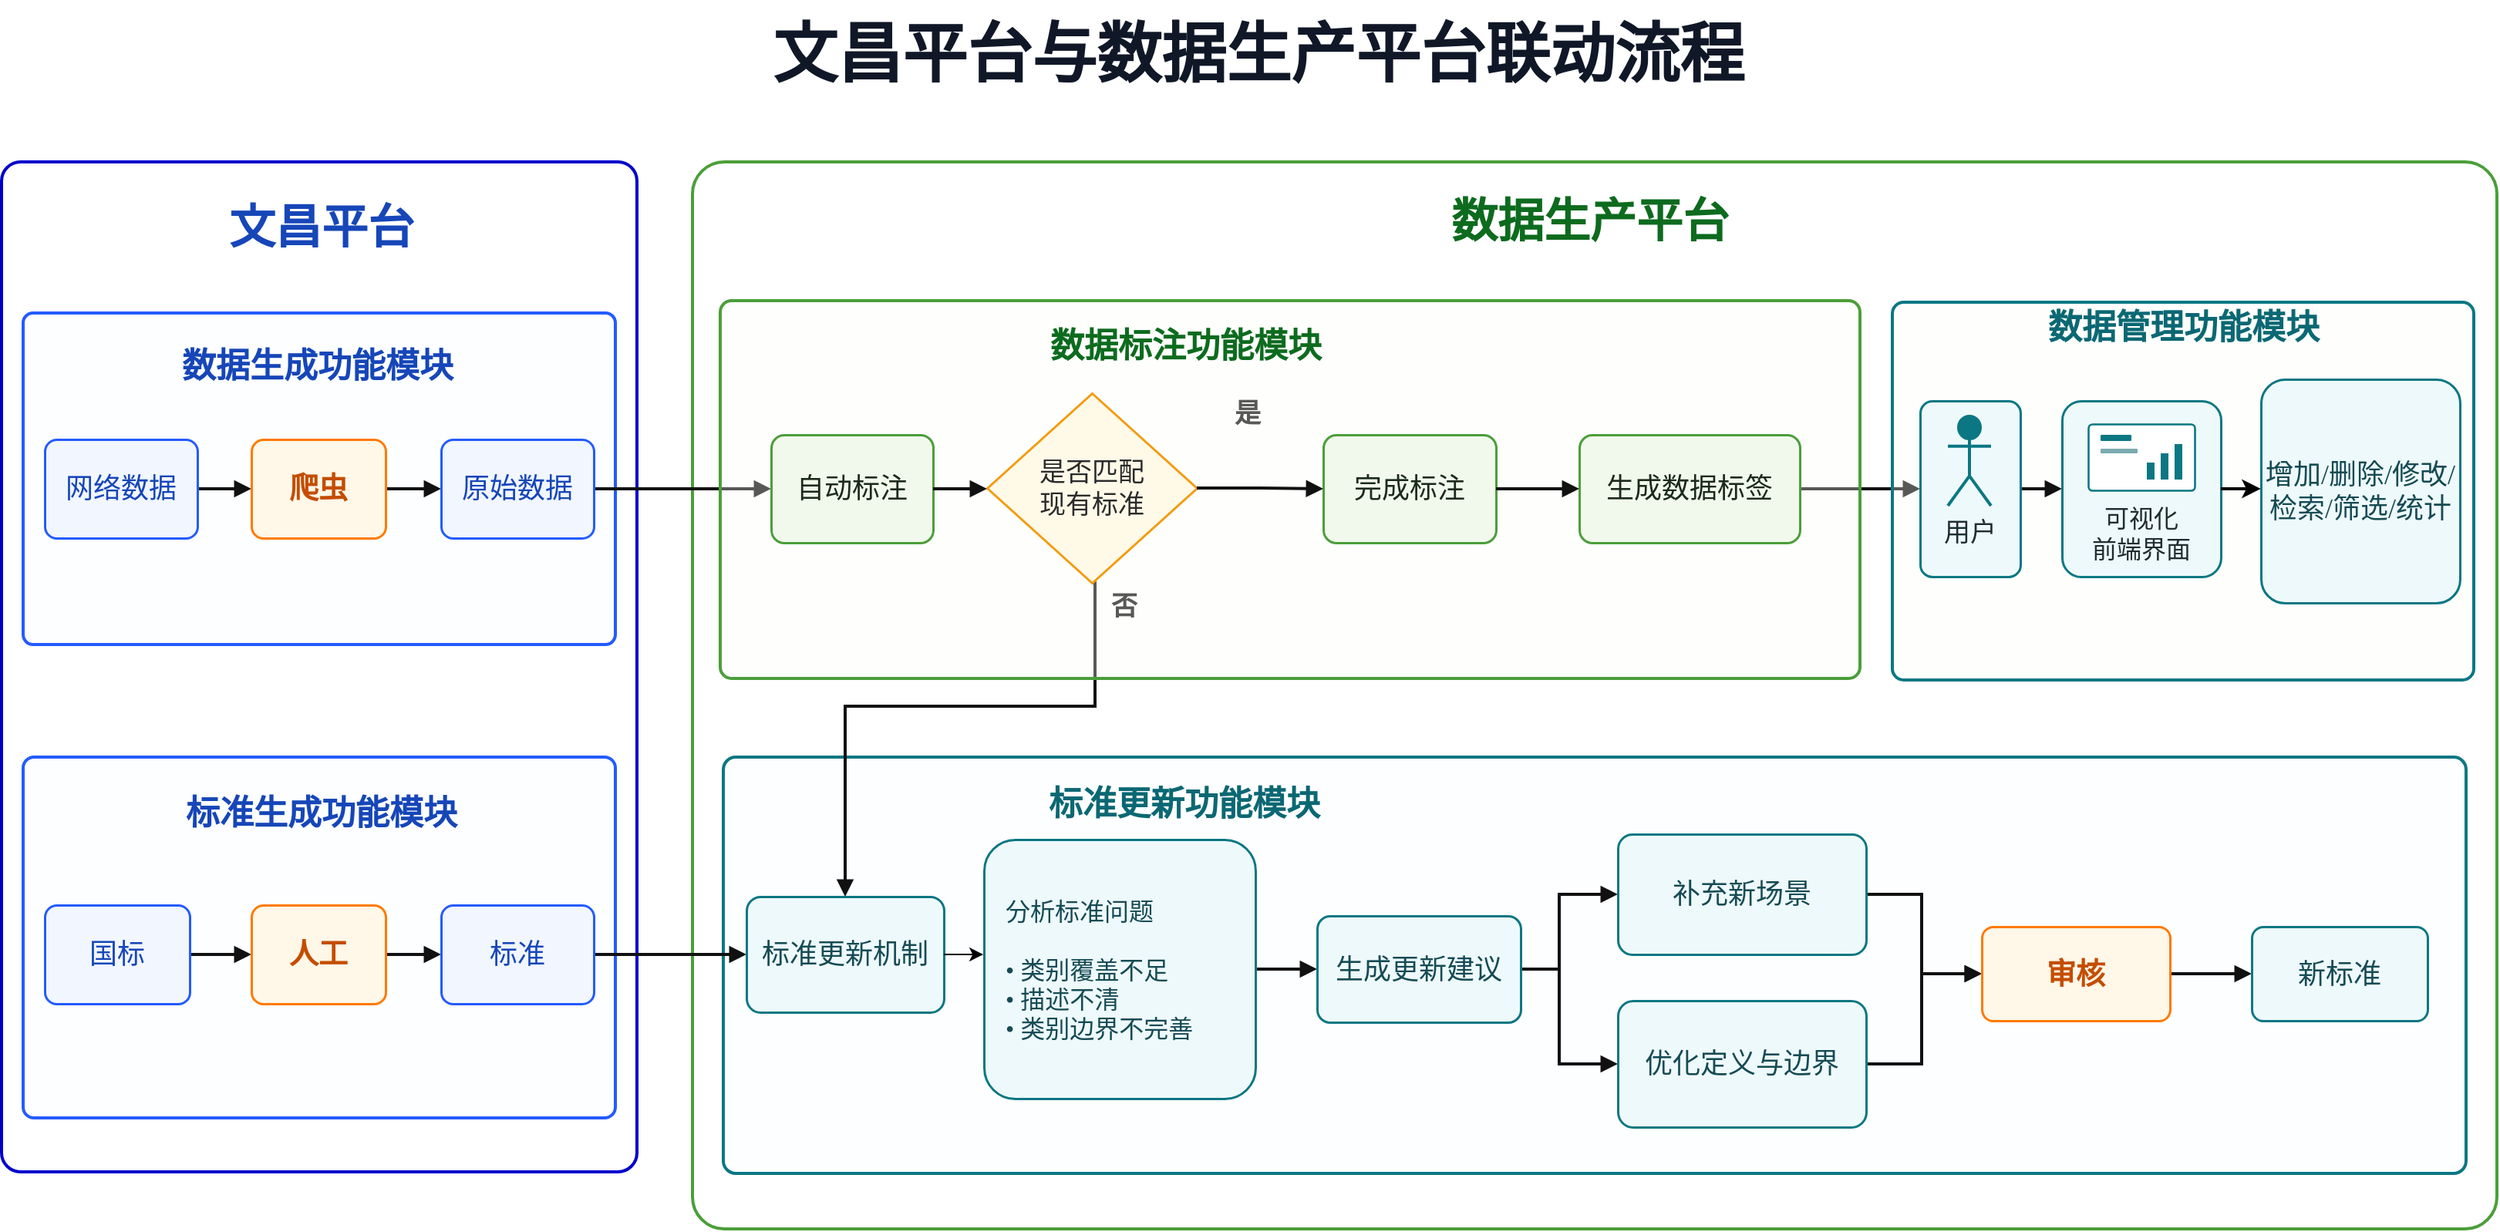
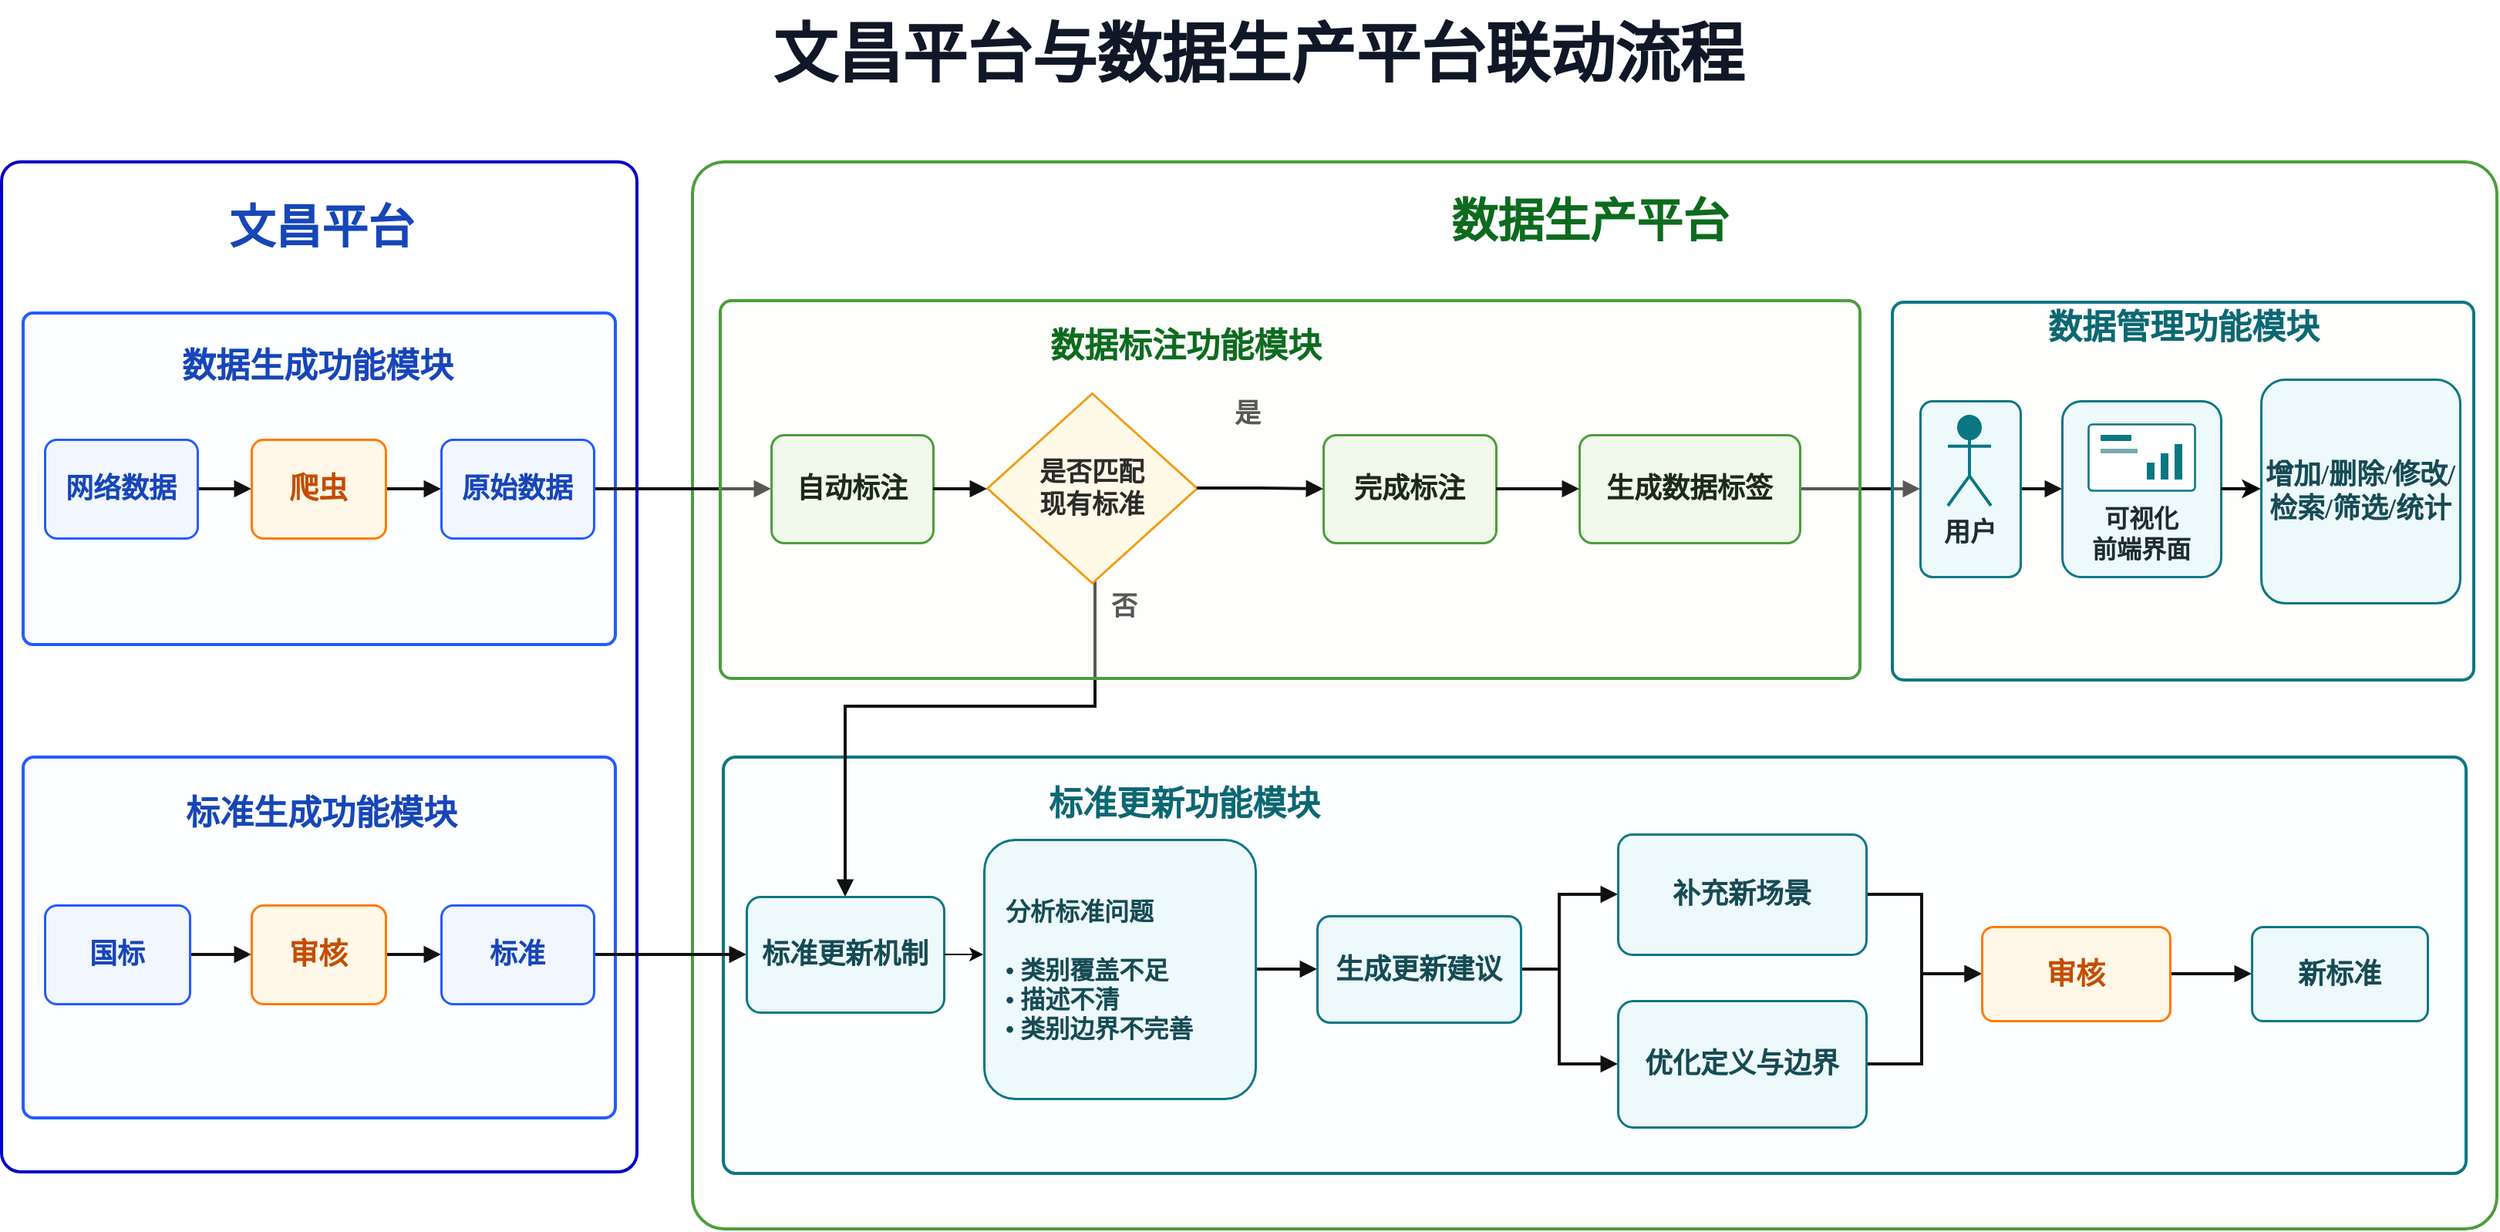
<mxfile host="app.diagrams.net">
  <diagram name="第 1 页" id="4yErZtKO05P3tX7bJs6z">
    <mxGraphModel dx="1703" dy="1018" grid="1" gridSize="1" guides="1" tooltips="1" connect="1" arrows="1" fold="1" page="1" pageScale="1" pageWidth="1656" pageHeight="928" background="#FFFFFF" math="0" shadow="0">
      <root>
        <mxCell id="0" />
        <mxCell id="1" parent="0" />
        <mxCell id="title" parent="1" style="text;html=1;align=center;verticalAlign=middle;whiteSpace=wrap;rounded=0;strokeColor=none;fillColor=none;fontFamily=Comic Sans MS;fontSize=42;fontStyle=1;fontColor=#101828;" value="文昌平台与数据生产平台联动流程" vertex="1">
          <mxGeometry height="72" width="960" x="350" y="12" as="geometry" />
        </mxCell>
-         <mxCell id="left_outer" parent="1" style="rounded=1;arcSize=3;whiteSpace=wrap;html=1;fillColor=none;strokeWidth=2;strokeColor=#0000CC;fillColor=#FFFFFF;fillOpacity=0;fontFamily=Comic Sans MS;" value="" vertex="1">
+         <mxCell id="left_outer" parent="1" style="rounded=1;arcSize=3;whiteSpace=wrap;html=1;fillColor=none;strokeWidth=2;strokeColor=#0000CC;fillColor=#FFFFFF;fillOpacity=0;fontFamily=Comic Sans MS;fontStyle=1" value="" vertex="1">
          <mxGeometry height="655" width="412" x="15" y="117" as="geometry" />
        </mxCell>
        <mxCell id="left_title" parent="1" style="text;html=1;align=center;verticalAlign=middle;whiteSpace=wrap;rounded=0;strokeColor=none;fillColor=none;fontFamily=Comic Sans MS;fontSize=30;fontStyle=1;fontColor=#1646B8;" value="文昌平台" vertex="1">
          <mxGeometry height="48" width="235" x="105" y="135" as="geometry" />
        </mxCell>
-         <mxCell id="right_outer" parent="1" style="rounded=1;arcSize=3;whiteSpace=wrap;html=1;fillColor=none;strokeWidth=2;strokeColor=#4B9E3A;fillColor=#FFFFFF;fillOpacity=0;fontFamily=Comic Sans MS;" value="" vertex="1">
+         <mxCell id="right_outer" parent="1" style="rounded=1;arcSize=3;whiteSpace=wrap;html=1;fillColor=none;strokeWidth=2;strokeColor=#4B9E3A;fillColor=#FFFFFF;fillOpacity=0;fontFamily=Comic Sans MS;fontStyle=1" value="" vertex="1">
          <mxGeometry height="692" width="1170" x="463" y="117" as="geometry" />
        </mxCell>
        <mxCell id="right_title" parent="1" style="text;html=1;align=center;verticalAlign=middle;whiteSpace=wrap;rounded=0;strokeColor=none;fillColor=none;fontFamily=Comic Sans MS;fontSize=30;fontStyle=1;fontColor=#0D6B1E;" value="数据生产平台" vertex="1">
          <mxGeometry height="50" width="540" x="775" y="130" as="geometry" />
        </mxCell>
-         <mxCell id="data_gen_box" parent="1" style="rounded=1;arcSize=3;whiteSpace=wrap;html=1;fillColor=none;strokeWidth=2;strokeColor=#245BFF;fillColor=#F7FAFF;fillOpacity=30;fontFamily=Comic Sans MS;" value="" vertex="1">
+         <mxCell id="data_gen_box" parent="1" style="rounded=1;arcSize=3;whiteSpace=wrap;html=1;fillColor=none;strokeWidth=2;strokeColor=#245BFF;fillColor=#F7FAFF;fillOpacity=30;fontFamily=Comic Sans MS;fontStyle=1" value="" vertex="1">
          <mxGeometry height="215" width="384" x="29" y="215" as="geometry" />
        </mxCell>
        <mxCell id="data_gen_title" parent="1" style="text;html=1;align=center;verticalAlign=middle;whiteSpace=wrap;rounded=0;strokeColor=none;fillColor=none;fontFamily=Comic Sans MS;fontSize=22;fontStyle=1;fontColor=#1646B8;" value="数据生成功能模块" vertex="1">
          <mxGeometry height="43" width="260" x="90" y="228" as="geometry" />
        </mxCell>
-         <mxCell id="std_gen_box" parent="1" style="rounded=1;arcSize=3;whiteSpace=wrap;html=1;fillColor=none;strokeWidth=2;strokeColor=#245BFF;fillColor=#F7FAFF;fillOpacity=30;fontFamily=Comic Sans MS;" value="" vertex="1">
+         <mxCell id="std_gen_box" parent="1" style="rounded=1;arcSize=3;whiteSpace=wrap;html=1;fillColor=none;strokeWidth=2;strokeColor=#245BFF;fillColor=#F7FAFF;fillOpacity=30;fontFamily=Comic Sans MS;fontStyle=1" value="" vertex="1">
          <mxGeometry height="234" width="384" x="29" y="503" as="geometry" />
        </mxCell>
        <mxCell id="std_gen_title" parent="1" style="text;html=1;align=center;verticalAlign=middle;whiteSpace=wrap;rounded=0;strokeColor=none;fillColor=none;fontFamily=Comic Sans MS;fontSize=22;fontStyle=1;fontColor=#1646B8;" value="标准生成功能模块" vertex="1">
          <mxGeometry height="43" width="285" x="80" y="518" as="geometry" />
        </mxCell>
-         <mxCell id="update_box" parent="1" style="rounded=1;arcSize=3;whiteSpace=wrap;html=1;fillColor=none;strokeWidth=2;strokeColor=#0B7783;fillColor=#F7FCFD;fillOpacity=30;fontFamily=Comic Sans MS;" value="" vertex="1">
+         <mxCell id="update_box" parent="1" style="rounded=1;arcSize=3;whiteSpace=wrap;html=1;fillColor=none;strokeWidth=2;strokeColor=#0B7783;fillColor=#F7FCFD;fillOpacity=30;fontFamily=Comic Sans MS;fontStyle=1" value="" vertex="1">
          <mxGeometry height="270" width="1130" x="483" y="503" as="geometry" />
        </mxCell>
        <mxCell id="update_title" parent="1" style="text;html=1;align=center;verticalAlign=middle;whiteSpace=wrap;rounded=0;strokeColor=none;fillColor=none;fontFamily=Comic Sans MS;fontSize=22;fontStyle=1;fontColor=#0B6873;" value="标准更新功能模块" vertex="1">
          <mxGeometry height="42" width="380" x="592" y="513" as="geometry" />
        </mxCell>
-         <mxCell id="e_network_crawler" edge="1" parent="1" source="network_data" style="edgeStyle=orthogonalEdgeStyle;rounded=0;orthogonalLoop=1;jettySize=auto;html=1;endArrow=block;endFill=1;strokeColor=#111111;strokeWidth=2;exitX=1;exitY=0.5;entryX=0;entryY=0.5;fontFamily=Comic Sans MS;" target="crawler" value="">
-           <mxGeometry relative="1" as="geometry" />
-         </mxCell>
-         <mxCell id="e_crawler_raw" edge="1" parent="1" source="crawler" style="edgeStyle=orthogonalEdgeStyle;rounded=0;orthogonalLoop=1;jettySize=auto;html=1;endArrow=block;endFill=1;strokeColor=#111111;strokeWidth=2;exitX=1;exitY=0.5;entryX=0;entryY=0.5;fontFamily=Comic Sans MS;" target="raw_data" value="">
-           <mxGeometry relative="1" as="geometry" />
-         </mxCell>
-         <mxCell id="e_national_manual" edge="1" parent="1" source="national_std" style="edgeStyle=orthogonalEdgeStyle;rounded=0;orthogonalLoop=1;jettySize=auto;html=1;endArrow=block;endFill=1;strokeColor=#111111;strokeWidth=2;exitX=1;exitY=0.5;entryX=0;entryY=0.5;fontFamily=Comic Sans MS;" target="manual" value="">
-           <mxGeometry relative="1" as="geometry" />
-         </mxCell>
-         <mxCell id="e_manual_rawstd" edge="1" parent="1" source="manual" style="edgeStyle=orthogonalEdgeStyle;rounded=0;orthogonalLoop=1;jettySize=auto;html=1;endArrow=block;endFill=1;strokeColor=#111111;strokeWidth=2;exitX=1;exitY=0.5;entryX=0;entryY=0.5;fontFamily=Comic Sans MS;" target="raw_std" value="">
-           <mxGeometry relative="1" as="geometry" />
-         </mxCell>
-         <mxCell id="e_raw_auto" edge="1" parent="1" source="raw_data" style="edgeStyle=orthogonalEdgeStyle;rounded=0;orthogonalLoop=1;jettySize=auto;html=1;endArrow=block;endFill=1;strokeColor=#111111;strokeWidth=2;exitX=1;exitY=0.5;entryX=0;entryY=0.5;fontFamily=Comic Sans MS;" target="auto_label" value="">
-           <mxGeometry relative="1" as="geometry" />
-         </mxCell>
-         <mxCell id="e_rawstd_mech" edge="1" parent="1" source="raw_std" style="edgeStyle=orthogonalEdgeStyle;rounded=0;orthogonalLoop=1;jettySize=auto;html=1;endArrow=block;endFill=1;strokeColor=#111111;strokeWidth=2;exitX=1;exitY=0.5;entryX=0;entryY=0.5;fontFamily=Comic Sans MS;" target="update_mechanism" value="">
-           <mxGeometry relative="1" as="geometry" />
-         </mxCell>
-         <mxCell id="e_generate_user" edge="1" parent="1" source="generate_tag" style="edgeStyle=orthogonalEdgeStyle;rounded=0;orthogonalLoop=1;jettySize=auto;html=1;endArrow=block;endFill=1;strokeColor=#111111;strokeWidth=2;exitX=1;exitY=0.5;entryX=0;entryY=0.5;fontFamily=Comic Sans MS;" target="user_box" value="">
-           <mxGeometry relative="1" as="geometry" />
-         </mxCell>
-         <mxCell id="e_decision_update" edge="1" parent="1" source="decision" style="edgeStyle=orthogonalEdgeStyle;rounded=0;orthogonalLoop=1;jettySize=auto;html=1;endArrow=block;endFill=1;strokeColor=#111111;strokeWidth=2;exitX=0.5;exitY=1;entryX=0.5;entryY=0;fontFamily=Comic Sans MS;" target="update_mechanism" value="">
+         <mxCell id="e_network_crawler" edge="1" parent="1" source="network_data" style="edgeStyle=orthogonalEdgeStyle;rounded=0;orthogonalLoop=1;jettySize=auto;html=1;endArrow=block;endFill=1;strokeColor=#111111;strokeWidth=2;exitX=1;exitY=0.5;entryX=0;entryY=0.5;fontFamily=Comic Sans MS;fontStyle=1" target="crawler" value="">
+           <mxGeometry relative="1" as="geometry" />
+         </mxCell>
+         <mxCell id="e_crawler_raw" edge="1" parent="1" source="crawler" style="edgeStyle=orthogonalEdgeStyle;rounded=0;orthogonalLoop=1;jettySize=auto;html=1;endArrow=block;endFill=1;strokeColor=#111111;strokeWidth=2;exitX=1;exitY=0.5;entryX=0;entryY=0.5;fontFamily=Comic Sans MS;fontStyle=1" target="raw_data" value="">
+           <mxGeometry relative="1" as="geometry" />
+         </mxCell>
+         <mxCell id="e_national_manual" edge="1" parent="1" source="national_std" style="edgeStyle=orthogonalEdgeStyle;rounded=0;orthogonalLoop=1;jettySize=auto;html=1;endArrow=block;endFill=1;strokeColor=#111111;strokeWidth=2;exitX=1;exitY=0.5;entryX=0;entryY=0.5;fontFamily=Comic Sans MS;fontStyle=1" target="manual" value="">
+           <mxGeometry relative="1" as="geometry" />
+         </mxCell>
+         <mxCell id="e_manual_rawstd" edge="1" parent="1" source="manual" style="edgeStyle=orthogonalEdgeStyle;rounded=0;orthogonalLoop=1;jettySize=auto;html=1;endArrow=block;endFill=1;strokeColor=#111111;strokeWidth=2;exitX=1;exitY=0.5;entryX=0;entryY=0.5;fontFamily=Comic Sans MS;fontStyle=1" target="raw_std" value="">
+           <mxGeometry relative="1" as="geometry" />
+         </mxCell>
+         <mxCell id="e_raw_auto" edge="1" parent="1" source="raw_data" style="edgeStyle=orthogonalEdgeStyle;rounded=0;orthogonalLoop=1;jettySize=auto;html=1;endArrow=block;endFill=1;strokeColor=#111111;strokeWidth=2;exitX=1;exitY=0.5;entryX=0;entryY=0.5;fontFamily=Comic Sans MS;fontStyle=1" target="auto_label" value="">
+           <mxGeometry relative="1" as="geometry" />
+         </mxCell>
+         <mxCell id="e_rawstd_mech" edge="1" parent="1" source="raw_std" style="edgeStyle=orthogonalEdgeStyle;rounded=0;orthogonalLoop=1;jettySize=auto;html=1;endArrow=block;endFill=1;strokeColor=#111111;strokeWidth=2;exitX=1;exitY=0.5;entryX=0;entryY=0.5;fontFamily=Comic Sans MS;fontStyle=1" target="update_mechanism" value="">
+           <mxGeometry relative="1" as="geometry" />
+         </mxCell>
+         <mxCell id="e_generate_user" edge="1" parent="1" source="generate_tag" style="edgeStyle=orthogonalEdgeStyle;rounded=0;orthogonalLoop=1;jettySize=auto;html=1;endArrow=block;endFill=1;strokeColor=#111111;strokeWidth=2;exitX=1;exitY=0.5;entryX=0;entryY=0.5;fontFamily=Comic Sans MS;fontStyle=1" target="user_box" value="">
+           <mxGeometry relative="1" as="geometry" />
+         </mxCell>
+         <mxCell id="e_decision_update" edge="1" parent="1" source="decision" style="edgeStyle=orthogonalEdgeStyle;rounded=0;orthogonalLoop=1;jettySize=auto;html=1;endArrow=block;endFill=1;strokeColor=#111111;strokeWidth=2;exitX=0.5;exitY=1;entryX=0.5;entryY=0;fontFamily=Comic Sans MS;fontStyle=1" target="update_mechanism" value="">
          <mxGeometry relative="1" as="geometry">
            <Array as="points">
              <mxPoint x="724" y="470" />
              <mxPoint x="562" y="470" />
            </Array>
          </mxGeometry>
        </mxCell>
-         <mxCell id="e_analysis_suggest" edge="1" parent="1" source="analysis_problem" style="edgeStyle=orthogonalEdgeStyle;rounded=0;orthogonalLoop=1;jettySize=auto;html=1;endArrow=block;endFill=1;strokeColor=#111111;strokeWidth=2;exitX=1;exitY=0.5;entryX=0;entryY=0.5;fontFamily=Comic Sans MS;" target="update_suggestion" value="">
-           <mxGeometry relative="1" as="geometry" />
-         </mxCell>
-         <mxCell id="e_suggest_expand" edge="1" parent="1" source="update_suggestion" style="edgeStyle=orthogonalEdgeStyle;rounded=0;orthogonalLoop=1;jettySize=auto;html=1;endArrow=block;endFill=1;strokeColor=#111111;strokeWidth=2;exitX=1;exitY=0.5;entryX=0;entryY=0.5;fontFamily=Comic Sans MS;" target="expand_category" value="">
+         <mxCell id="e_analysis_suggest" edge="1" parent="1" source="analysis_problem" style="edgeStyle=orthogonalEdgeStyle;rounded=0;orthogonalLoop=1;jettySize=auto;html=1;endArrow=block;endFill=1;strokeColor=#111111;strokeWidth=2;exitX=1;exitY=0.5;entryX=0;entryY=0.5;fontFamily=Comic Sans MS;fontStyle=1" target="update_suggestion" value="">
+           <mxGeometry relative="1" as="geometry" />
+         </mxCell>
+         <mxCell id="e_suggest_expand" edge="1" parent="1" source="update_suggestion" style="edgeStyle=orthogonalEdgeStyle;rounded=0;orthogonalLoop=1;jettySize=auto;html=1;endArrow=block;endFill=1;strokeColor=#111111;strokeWidth=2;exitX=1;exitY=0.5;entryX=0;entryY=0.5;fontFamily=Comic Sans MS;fontStyle=1" target="expand_category" value="">
          <mxGeometry relative="1" as="geometry">
            <Array as="points">
              <mxPoint x="1025" y="640" />
              <mxPoint x="1025" y="592" />
            </Array>
          </mxGeometry>
        </mxCell>
-         <mxCell id="e_suggest_modify" edge="1" parent="1" source="update_suggestion" style="edgeStyle=orthogonalEdgeStyle;rounded=0;orthogonalLoop=1;jettySize=auto;html=1;endArrow=block;endFill=1;strokeColor=#111111;strokeWidth=2;exitX=1;exitY=0.5;entryX=0;entryY=0.5;fontFamily=Comic Sans MS;" target="modify_desc" value="">
+         <mxCell id="e_suggest_modify" edge="1" parent="1" source="update_suggestion" style="edgeStyle=orthogonalEdgeStyle;rounded=0;orthogonalLoop=1;jettySize=auto;html=1;endArrow=block;endFill=1;strokeColor=#111111;strokeWidth=2;exitX=1;exitY=0.5;entryX=0;entryY=0.5;fontFamily=Comic Sans MS;fontStyle=1" target="modify_desc" value="">
          <mxGeometry relative="1" as="geometry">
            <Array as="points">
              <mxPoint x="1025" y="640" />
              <mxPoint x="1025" y="702" />
            </Array>
          </mxGeometry>
        </mxCell>
-         <mxCell id="e_expand_review" edge="1" parent="1" source="expand_category" style="edgeStyle=orthogonalEdgeStyle;rounded=0;orthogonalLoop=1;jettySize=auto;html=1;endArrow=block;endFill=1;strokeColor=#111111;strokeWidth=2;exitX=1;exitY=0.5;entryX=0;entryY=0.5;fontFamily=Comic Sans MS;" target="manual_review" value="">
+         <mxCell id="e_expand_review" edge="1" parent="1" source="expand_category" style="edgeStyle=orthogonalEdgeStyle;rounded=0;orthogonalLoop=1;jettySize=auto;html=1;endArrow=block;endFill=1;strokeColor=#111111;strokeWidth=2;exitX=1;exitY=0.5;entryX=0;entryY=0.5;fontFamily=Comic Sans MS;fontStyle=1" target="manual_review" value="">
          <mxGeometry relative="1" as="geometry">
            <Array as="points">
              <mxPoint x="1260" y="592" />
              <mxPoint x="1260" y="644" />
            </Array>
          </mxGeometry>
        </mxCell>
-         <mxCell id="e_modify_review" edge="1" parent="1" source="modify_desc" style="edgeStyle=orthogonalEdgeStyle;rounded=0;orthogonalLoop=1;jettySize=auto;html=1;endArrow=block;endFill=1;strokeColor=#111111;strokeWidth=2;exitX=1;exitY=0.5;entryX=0;entryY=0.5;fontFamily=Comic Sans MS;" target="manual_review" value="">
+         <mxCell id="e_modify_review" edge="1" parent="1" source="modify_desc" style="edgeStyle=orthogonalEdgeStyle;rounded=0;orthogonalLoop=1;jettySize=auto;html=1;endArrow=block;endFill=1;strokeColor=#111111;strokeWidth=2;exitX=1;exitY=0.5;entryX=0;entryY=0.5;fontFamily=Comic Sans MS;fontStyle=1" target="manual_review" value="">
          <mxGeometry relative="1" as="geometry">
            <Array as="points">
              <mxPoint x="1260" y="702" />
              <mxPoint x="1260" y="644" />
            </Array>
          </mxGeometry>
        </mxCell>
-         <mxCell id="e_review_approved" edge="1" parent="1" source="manual_review" style="edgeStyle=orthogonalEdgeStyle;rounded=0;orthogonalLoop=1;jettySize=auto;html=1;endArrow=block;endFill=1;strokeColor=#111111;strokeWidth=2;exitX=1;exitY=0.5;entryX=0;entryY=0.5;fontFamily=Comic Sans MS;" target="approved" value="">
-           <mxGeometry relative="1" as="geometry" />
-         </mxCell>
-         <mxCell id="network_data" parent="1" style="rounded=1;arcSize=12;whiteSpace=wrap;html=1;align=center;verticalAlign=middle;strokeWidth=1.5;shadow=0;fontFamily=Comic Sans MS;fontSize=18;fontColor=#1646B8;strokeColor=#245BFF;fillColor=#F1F6FF;" value="网络数据" vertex="1">
+         <mxCell id="e_review_approved" edge="1" parent="1" source="manual_review" style="edgeStyle=orthogonalEdgeStyle;rounded=0;orthogonalLoop=1;jettySize=auto;html=1;endArrow=block;endFill=1;strokeColor=#111111;strokeWidth=2;exitX=1;exitY=0.5;entryX=0;entryY=0.5;fontFamily=Comic Sans MS;fontStyle=1" target="approved" value="">
+           <mxGeometry relative="1" as="geometry" />
+         </mxCell>
+         <mxCell id="network_data" parent="1" style="rounded=1;arcSize=12;whiteSpace=wrap;html=1;align=center;verticalAlign=middle;strokeWidth=1.5;shadow=0;fontFamily=Comic Sans MS;fontSize=18;fontColor=#1646B8;strokeColor=#245BFF;fillColor=#F1F6FF;fontStyle=1" value="网络数据" vertex="1">
          <mxGeometry height="64" width="99" x="43" y="297" as="geometry" />
        </mxCell>
        <mxCell id="crawler" parent="1" style="rounded=1;arcSize=12;whiteSpace=wrap;html=1;align=center;verticalAlign=middle;strokeWidth=1.5;shadow=0;fontFamily=Comic Sans MS;fontSize=19;fontColor=#C44D00;strokeColor=#FF7A00;fillColor=#FFF7E8;fontStyle=1;" value="爬虫" vertex="1">
          <mxGeometry height="64" width="87" x="177" y="297" as="geometry" />
        </mxCell>
-         <mxCell id="raw_data" parent="1" style="rounded=1;arcSize=12;whiteSpace=wrap;html=1;align=center;verticalAlign=middle;strokeWidth=1.5;shadow=0;fontFamily=Comic Sans MS;fontSize=18;fontColor=#1646B8;strokeColor=#245BFF;fillColor=#F1F6FF;" value="原始数据" vertex="1">
+         <mxCell id="raw_data" parent="1" style="rounded=1;arcSize=12;whiteSpace=wrap;html=1;align=center;verticalAlign=middle;strokeWidth=1.5;shadow=0;fontFamily=Comic Sans MS;fontSize=18;fontColor=#1646B8;strokeColor=#245BFF;fillColor=#F1F6FF;fontStyle=1" value="原始数据" vertex="1">
          <mxGeometry height="64" width="99" x="300" y="297" as="geometry" />
        </mxCell>
-         <mxCell id="national_std" parent="1" style="rounded=1;arcSize=12;whiteSpace=wrap;html=1;align=center;verticalAlign=middle;strokeWidth=1.5;shadow=0;fontFamily=Comic Sans MS;fontSize=18;fontColor=#1646B8;strokeColor=#245BFF;fillColor=#F1F6FF;" value="国标" vertex="1">
+         <mxCell id="national_std" parent="1" style="rounded=1;arcSize=12;whiteSpace=wrap;html=1;align=center;verticalAlign=middle;strokeWidth=1.5;shadow=0;fontFamily=Comic Sans MS;fontSize=18;fontColor=#1646B8;strokeColor=#245BFF;fillColor=#F1F6FF;fontStyle=1" value="国标" vertex="1">
          <mxGeometry height="64" width="94" x="43" y="599" as="geometry" />
        </mxCell>
-         <mxCell id="manual" parent="1" style="rounded=1;arcSize=12;whiteSpace=wrap;html=1;align=center;verticalAlign=middle;strokeWidth=1.5;shadow=0;fontFamily=Comic Sans MS;fontSize=19;fontColor=#C44D00;strokeColor=#FF7A00;fillColor=#FFF7E8;fontStyle=1;" value="人工" vertex="1">
+         <mxCell id="manual" parent="1" style="rounded=1;arcSize=12;whiteSpace=wrap;html=1;align=center;verticalAlign=middle;strokeWidth=1.5;shadow=0;fontFamily=Comic Sans MS;fontSize=19;fontColor=#C44D00;strokeColor=#FF7A00;fillColor=#FFF7E8;fontStyle=1;" value="审核" vertex="1">
          <mxGeometry height="64" width="87" x="177" y="599" as="geometry" />
        </mxCell>
-         <mxCell id="raw_std" parent="1" style="rounded=1;arcSize=12;whiteSpace=wrap;html=1;align=center;verticalAlign=middle;strokeWidth=1.5;shadow=0;fontFamily=Comic Sans MS;fontSize=18;fontColor=#1646B8;strokeColor=#245BFF;fillColor=#F1F6FF;" value="标准" vertex="1">
+         <mxCell id="raw_std" parent="1" style="rounded=1;arcSize=12;whiteSpace=wrap;html=1;align=center;verticalAlign=middle;strokeWidth=1.5;shadow=0;fontFamily=Comic Sans MS;fontSize=18;fontColor=#1646B8;strokeColor=#245BFF;fillColor=#F1F6FF;fontStyle=1" value="标准" vertex="1">
          <mxGeometry height="64" width="99" x="300" y="599" as="geometry" />
        </mxCell>
-         <mxCell id="update_mechanism" parent="1" style="rounded=1;arcSize=12;whiteSpace=wrap;html=1;align=center;verticalAlign=middle;strokeWidth=1.5;shadow=0;fontFamily=Comic Sans MS;fontSize=18;fontColor=#164B54;strokeColor=#0B7783;fillColor=#EEF9FB;" value="标准更新机制" vertex="1">
+         <mxCell id="update_mechanism" parent="1" style="rounded=1;arcSize=12;whiteSpace=wrap;html=1;align=center;verticalAlign=middle;strokeWidth=1.5;shadow=0;fontFamily=Comic Sans MS;fontSize=18;fontColor=#164B54;strokeColor=#0B7783;fillColor=#EEF9FB;fontStyle=1" value="标准更新机制" vertex="1">
          <mxGeometry height="75" width="128" x="498" y="593.5" as="geometry" />
        </mxCell>
-         <mxCell id="analysis_problem" parent="1" style="rounded=1;arcSize=12;whiteSpace=wrap;html=1;align=center;verticalAlign=middle;strokeWidth=1.5;shadow=0;fontFamily=Comic Sans MS;fontSize=16;fontColor=#164B54;strokeColor=#0B7783;fillColor=#EEF9FB;align=left;spacingLeft=12;" value="分析标准问题&lt;div&gt;&lt;br&gt;&lt;div&gt;• 类别覆盖不足&lt;/div&gt;&lt;div&gt;• 描述不清&lt;/div&gt;&lt;div&gt;• 类别边界不完善&lt;/div&gt;&lt;/div&gt;" vertex="1">
+         <mxCell id="analysis_problem" parent="1" style="rounded=1;arcSize=12;whiteSpace=wrap;html=1;align=center;verticalAlign=middle;strokeWidth=1.5;shadow=0;fontFamily=Comic Sans MS;fontSize=16;fontColor=#164B54;strokeColor=#0B7783;fillColor=#EEF9FB;align=left;spacingLeft=12;fontStyle=1" value="分析标准问题&lt;div&gt;&lt;br&gt;&lt;div&gt;• 类别覆盖不足&lt;/div&gt;&lt;div&gt;• 描述不清&lt;/div&gt;&lt;div&gt;• 类别边界不完善&lt;/div&gt;&lt;/div&gt;" vertex="1">
          <mxGeometry height="168" width="176" x="652" y="556.5" as="geometry" />
        </mxCell>
-         <mxCell id="update_suggestion" parent="1" style="rounded=1;arcSize=12;whiteSpace=wrap;html=1;align=center;verticalAlign=middle;strokeWidth=1.5;shadow=0;fontFamily=Comic Sans MS;fontSize=18;fontColor=#164B54;strokeColor=#0B7783;fillColor=#EEF9FB;" value="生成更新建议" vertex="1">
+         <mxCell id="update_suggestion" parent="1" style="rounded=1;arcSize=12;whiteSpace=wrap;html=1;align=center;verticalAlign=middle;strokeWidth=1.5;shadow=0;fontFamily=Comic Sans MS;fontSize=18;fontColor=#164B54;strokeColor=#0B7783;fillColor=#EEF9FB;fontStyle=1" value="生成更新建议" vertex="1">
          <mxGeometry height="69" width="132" x="868" y="606" as="geometry" />
        </mxCell>
-         <mxCell id="expand_category" parent="1" style="rounded=1;arcSize=12;whiteSpace=wrap;html=1;align=center;verticalAlign=middle;strokeWidth=1.5;shadow=0;fontFamily=Comic Sans MS;fontSize=18;fontColor=#164B54;strokeColor=#0B7783;fillColor=#EEF9FB;" value="补充新场景" vertex="1">
+         <mxCell id="expand_category" parent="1" style="rounded=1;arcSize=12;whiteSpace=wrap;html=1;align=center;verticalAlign=middle;strokeWidth=1.5;shadow=0;fontFamily=Comic Sans MS;fontSize=18;fontColor=#164B54;strokeColor=#0B7783;fillColor=#EEF9FB;fontStyle=1" value="补充新场景" vertex="1">
          <mxGeometry height="78" width="161" x="1063" y="553" as="geometry" />
        </mxCell>
-         <mxCell id="modify_desc" parent="1" style="rounded=1;arcSize=12;whiteSpace=wrap;html=1;align=center;verticalAlign=middle;strokeWidth=1.5;shadow=0;fontFamily=Comic Sans MS;fontSize=18;fontColor=#164B54;strokeColor=#0B7783;fillColor=#EEF9FB;" value="优化定义与边界" vertex="1">
+         <mxCell id="modify_desc" parent="1" style="rounded=1;arcSize=12;whiteSpace=wrap;html=1;align=center;verticalAlign=middle;strokeWidth=1.5;shadow=0;fontFamily=Comic Sans MS;fontSize=18;fontColor=#164B54;strokeColor=#0B7783;fillColor=#EEF9FB;fontStyle=1" value="优化定义与边界" vertex="1">
          <mxGeometry height="82" width="161" x="1063" y="661" as="geometry" />
        </mxCell>
        <mxCell id="manual_review" parent="1" style="rounded=1;arcSize=12;whiteSpace=wrap;html=1;align=center;verticalAlign=middle;strokeWidth=1.5;shadow=0;fontFamily=Comic Sans MS;fontSize=19;fontStyle=1;fontColor=#C44D00;strokeColor=#FF7A00;fillColor=#FFF7E8;" value="审核" vertex="1">
          <mxGeometry height="61" width="122" x="1299" y="613" as="geometry" />
        </mxCell>
-         <mxCell id="approved" parent="1" style="rounded=1;arcSize=12;whiteSpace=wrap;html=1;align=center;verticalAlign=middle;strokeWidth=1.5;shadow=0;fontFamily=Comic Sans MS;fontSize=18;fontColor=#164B54;strokeColor=#0B7783;fillColor=#EEF9FB;" value="新标准" vertex="1">
+         <mxCell id="approved" parent="1" style="rounded=1;arcSize=12;whiteSpace=wrap;html=1;align=center;verticalAlign=middle;strokeWidth=1.5;shadow=0;fontFamily=Comic Sans MS;fontSize=18;fontColor=#164B54;strokeColor=#0B7783;fillColor=#EEF9FB;fontStyle=1" value="新标准" vertex="1">
          <mxGeometry height="61" width="114" x="1474" y="613" as="geometry" />
        </mxCell>
        <mxCell id="yes_label" parent="1" style="text;html=1;align=center;verticalAlign=middle;whiteSpace=wrap;rounded=0;strokeColor=none;fillColor=none;fontFamily=Comic Sans MS;fontSize=17;fontStyle=1;fontColor=#111111;" value="是" vertex="1">
          <mxGeometry height="28" width="38" x="804" y="267" as="geometry" />
        </mxCell>
        <mxCell id="no_label" parent="1" style="text;html=1;align=center;verticalAlign=middle;whiteSpace=wrap;rounded=0;strokeColor=none;fillColor=none;fontFamily=Comic Sans MS;fontSize=17;fontStyle=1;fontColor=#111111;" value="否" vertex="1">
          <mxGeometry height="28" width="40" x="723" y="392" as="geometry" />
        </mxCell>
-         <mxCell id="_MsRrkVGIvv5ZV_jFw_0-2" edge="1" parent="1" source="update_mechanism" style="edgeStyle=orthogonalEdgeStyle;rounded=0;orthogonalLoop=1;jettySize=auto;html=1;exitX=1;exitY=0.5;exitDx=0;exitDy=0;entryX=-0.002;entryY=0.445;entryDx=0;entryDy=0;entryPerimeter=0;fontFamily=Comic Sans MS;" target="analysis_problem">
-           <mxGeometry relative="1" as="geometry" />
-         </mxCell>
-         <mxCell id="_MsRrkVGIvv5ZV_jFw_0-3" connectable="0" parent="1" style="group;fontFamily=Comic Sans MS;" value="" vertex="1">
+         <mxCell id="_MsRrkVGIvv5ZV_jFw_0-2" edge="1" parent="1" source="update_mechanism" style="edgeStyle=orthogonalEdgeStyle;rounded=0;orthogonalLoop=1;jettySize=auto;html=1;exitX=1;exitY=0.5;exitDx=0;exitDy=0;entryX=-0.002;entryY=0.445;entryDx=0;entryDy=0;entryPerimeter=0;fontFamily=Comic Sans MS;fontStyle=1" target="analysis_problem">
+           <mxGeometry relative="1" as="geometry" />
+         </mxCell>
+         <mxCell id="_MsRrkVGIvv5ZV_jFw_0-3" connectable="0" parent="1" style="group;fontFamily=Comic Sans MS;fontStyle=1" value="" vertex="1">
          <mxGeometry height="245" width="739" x="481" y="207" as="geometry" />
        </mxCell>
-         <mxCell id="label_box" parent="_MsRrkVGIvv5ZV_jFw_0-3" style="rounded=1;arcSize=3;whiteSpace=wrap;html=1;fillColor=none;strokeWidth=2;strokeColor=#4B9E3A;fillColor=#FBFFF9;fillOpacity=30;fontFamily=Comic Sans MS;" value="" vertex="1">
+         <mxCell id="label_box" parent="_MsRrkVGIvv5ZV_jFw_0-3" style="rounded=1;arcSize=3;whiteSpace=wrap;html=1;fillColor=none;strokeWidth=2;strokeColor=#4B9E3A;fillColor=#FBFFF9;fillOpacity=30;fontFamily=Comic Sans MS;fontStyle=1" value="" vertex="1">
          <mxGeometry height="245" width="739" as="geometry" />
        </mxCell>
        <mxCell id="label_title" parent="_MsRrkVGIvv5ZV_jFw_0-3" style="text;html=1;align=center;verticalAlign=middle;whiteSpace=wrap;rounded=0;strokeColor=none;fillColor=none;fontFamily=Comic Sans MS;fontSize=22;fontStyle=1;fontColor=#0D6B1E;" value="数据标注功能模块" vertex="1">
          <mxGeometry height="40" width="340" x="132" y="10" as="geometry" />
        </mxCell>
-         <mxCell id="auto_label" parent="_MsRrkVGIvv5ZV_jFw_0-3" style="rounded=1;arcSize=12;whiteSpace=wrap;html=1;align=center;verticalAlign=middle;strokeWidth=1.5;shadow=0;fontFamily=Comic Sans MS;fontSize=18;fontColor=#1B2A1B;strokeColor=#4B9E3A;fillColor=#F1F9EC;" value="自动标注" vertex="1">
+         <mxCell id="auto_label" parent="_MsRrkVGIvv5ZV_jFw_0-3" style="rounded=1;arcSize=12;whiteSpace=wrap;html=1;align=center;verticalAlign=middle;strokeWidth=1.5;shadow=0;fontFamily=Comic Sans MS;fontSize=18;fontColor=#1B2A1B;strokeColor=#4B9E3A;fillColor=#F1F9EC;fontStyle=1" value="自动标注" vertex="1">
          <mxGeometry height="70" width="105" x="33" y="87" as="geometry" />
        </mxCell>
-         <mxCell id="decision" parent="_MsRrkVGIvv5ZV_jFw_0-3" style="rhombus;whiteSpace=wrap;html=1;align=center;verticalAlign=middle;strokeWidth=1.5;fontFamily=Comic Sans MS;fontSize=17;fontColor=#2B2B2B;strokeColor=#F39C12;fillColor=#FFF9E8;" value="是否匹配&lt;div&gt;现有标准&lt;/div&gt;" vertex="1">
+         <mxCell id="decision" parent="_MsRrkVGIvv5ZV_jFw_0-3" style="rhombus;whiteSpace=wrap;html=1;align=center;verticalAlign=middle;strokeWidth=1.5;fontFamily=Comic Sans MS;fontSize=17;fontColor=#2B2B2B;strokeColor=#F39C12;fillColor=#FFF9E8;fontStyle=1" value="是否匹配&lt;div&gt;现有标准&lt;/div&gt;" vertex="1">
          <mxGeometry height="123" width="136" x="173" y="60" as="geometry" />
        </mxCell>
-         <mxCell id="complete_label" parent="_MsRrkVGIvv5ZV_jFw_0-3" style="rounded=1;arcSize=12;whiteSpace=wrap;html=1;align=center;verticalAlign=middle;strokeWidth=1.5;shadow=0;fontFamily=Comic Sans MS;fontSize=18;fontColor=#1B2A1B;strokeColor=#4B9E3A;fillColor=#F1F9EC;" value="完成标注" vertex="1">
+         <mxCell id="complete_label" parent="_MsRrkVGIvv5ZV_jFw_0-3" style="rounded=1;arcSize=12;whiteSpace=wrap;html=1;align=center;verticalAlign=middle;strokeWidth=1.5;shadow=0;fontFamily=Comic Sans MS;fontSize=18;fontColor=#1B2A1B;strokeColor=#4B9E3A;fillColor=#F1F9EC;fontStyle=1" value="完成标注" vertex="1">
          <mxGeometry height="70" width="112" x="391" y="87" as="geometry" />
        </mxCell>
-         <mxCell id="generate_tag" parent="_MsRrkVGIvv5ZV_jFw_0-3" style="rounded=1;arcSize=12;whiteSpace=wrap;html=1;align=center;verticalAlign=middle;strokeWidth=1.5;shadow=0;fontFamily=Comic Sans MS;fontSize=18;fontColor=#1B2A1B;strokeColor=#4B9E3A;fillColor=#F1F9EC;" value="生成数据标签" vertex="1">
+         <mxCell id="generate_tag" parent="_MsRrkVGIvv5ZV_jFw_0-3" style="rounded=1;arcSize=12;whiteSpace=wrap;html=1;align=center;verticalAlign=middle;strokeWidth=1.5;shadow=0;fontFamily=Comic Sans MS;fontSize=18;fontColor=#1B2A1B;strokeColor=#4B9E3A;fillColor=#F1F9EC;fontStyle=1" value="生成数据标签" vertex="1">
          <mxGeometry height="70" width="143" x="557" y="87" as="geometry" />
        </mxCell>
-         <mxCell id="e_auto_decision" edge="1" parent="_MsRrkVGIvv5ZV_jFw_0-3" source="auto_label" style="edgeStyle=orthogonalEdgeStyle;rounded=0;orthogonalLoop=1;jettySize=auto;html=1;endArrow=block;endFill=1;strokeColor=#111111;strokeWidth=2;exitX=1;exitY=0.5;entryX=0;entryY=0.5;fontFamily=Comic Sans MS;" target="decision" value="">
-           <mxGeometry relative="1" as="geometry" />
-         </mxCell>
-         <mxCell id="e_decision_complete" edge="1" parent="_MsRrkVGIvv5ZV_jFw_0-3" source="decision" style="edgeStyle=orthogonalEdgeStyle;rounded=0;orthogonalLoop=1;jettySize=auto;html=1;endArrow=block;endFill=1;strokeColor=#111111;strokeWidth=2;exitX=1;exitY=0.5;entryX=0;entryY=0.5;fontFamily=Comic Sans MS;" target="complete_label" value="">
-           <mxGeometry relative="1" as="geometry" />
-         </mxCell>
-         <mxCell id="e_complete_generate" edge="1" parent="_MsRrkVGIvv5ZV_jFw_0-3" source="complete_label" style="edgeStyle=orthogonalEdgeStyle;rounded=0;orthogonalLoop=1;jettySize=auto;html=1;endArrow=block;endFill=1;strokeColor=#111111;strokeWidth=2;exitX=1;exitY=0.5;entryX=0;entryY=0.5;fontFamily=Comic Sans MS;" target="generate_tag" value="">
-           <mxGeometry relative="1" as="geometry" />
-         </mxCell>
-         <mxCell id="_MsRrkVGIvv5ZV_jFw_0-5" connectable="0" parent="1" style="group;fontFamily=Comic Sans MS;" value="" vertex="1">
+         <mxCell id="e_auto_decision" edge="1" parent="_MsRrkVGIvv5ZV_jFw_0-3" source="auto_label" style="edgeStyle=orthogonalEdgeStyle;rounded=0;orthogonalLoop=1;jettySize=auto;html=1;endArrow=block;endFill=1;strokeColor=#111111;strokeWidth=2;exitX=1;exitY=0.5;entryX=0;entryY=0.5;fontFamily=Comic Sans MS;fontStyle=1" target="decision" value="">
+           <mxGeometry relative="1" as="geometry" />
+         </mxCell>
+         <mxCell id="e_decision_complete" edge="1" parent="_MsRrkVGIvv5ZV_jFw_0-3" source="decision" style="edgeStyle=orthogonalEdgeStyle;rounded=0;orthogonalLoop=1;jettySize=auto;html=1;endArrow=block;endFill=1;strokeColor=#111111;strokeWidth=2;exitX=1;exitY=0.5;entryX=0;entryY=0.5;fontFamily=Comic Sans MS;fontStyle=1" target="complete_label" value="">
+           <mxGeometry relative="1" as="geometry" />
+         </mxCell>
+         <mxCell id="e_complete_generate" edge="1" parent="_MsRrkVGIvv5ZV_jFw_0-3" source="complete_label" style="edgeStyle=orthogonalEdgeStyle;rounded=0;orthogonalLoop=1;jettySize=auto;html=1;endArrow=block;endFill=1;strokeColor=#111111;strokeWidth=2;exitX=1;exitY=0.5;entryX=0;entryY=0.5;fontFamily=Comic Sans MS;fontStyle=1" target="generate_tag" value="">
+           <mxGeometry relative="1" as="geometry" />
+         </mxCell>
+         <mxCell id="_MsRrkVGIvv5ZV_jFw_0-5" connectable="0" parent="1" style="group;fontFamily=Comic Sans MS;fontStyle=1" value="" vertex="1">
          <mxGeometry height="245" width="377" x="1241" y="195" as="geometry" />
        </mxCell>
-         <mxCell id="management_box" parent="_MsRrkVGIvv5ZV_jFw_0-5" style="rounded=1;arcSize=3;whiteSpace=wrap;html=1;fillColor=#F7FCFD;strokeWidth=2;strokeColor=#0B7783;fillColor=#FBFFF9;fillOpacity=30;align=center;verticalAlign=middle;fontFamily=Comic Sans MS;fontSize=12;fontColor=default;" value="" vertex="1">
+         <mxCell id="management_box" parent="_MsRrkVGIvv5ZV_jFw_0-5" style="rounded=1;arcSize=3;whiteSpace=wrap;html=1;fillColor=#F7FCFD;strokeWidth=2;strokeColor=#0B7783;fillColor=#FBFFF9;fillOpacity=30;align=center;verticalAlign=middle;fontFamily=Comic Sans MS;fontSize=12;fontColor=default;fontStyle=1" value="" vertex="1">
          <mxGeometry height="245" width="377" y="13" as="geometry" />
        </mxCell>
        <mxCell id="management_title" parent="_MsRrkVGIvv5ZV_jFw_0-5" style="text;html=1;align=center;verticalAlign=middle;whiteSpace=wrap;rounded=0;strokeColor=none;fillColor=none;fontFamily=Comic Sans MS;fontSize=22;fontStyle=1;fontColor=#0B6873;" value="数据管理功能模块" vertex="1">
          <mxGeometry height="40" width="300" x="39" y="10" as="geometry" />
        </mxCell>
-         <mxCell id="e_user_visual" edge="1" parent="_MsRrkVGIvv5ZV_jFw_0-5" source="user_box" style="edgeStyle=orthogonalEdgeStyle;rounded=0;orthogonalLoop=1;jettySize=auto;html=1;endArrow=block;endFill=1;strokeColor=#111111;strokeWidth=2;exitX=1;exitY=0.5;entryX=0;entryY=0.5;fontFamily=Comic Sans MS;" target="visual_box" value="">
-           <mxGeometry relative="1" as="geometry" />
-         </mxCell>
-         <mxCell id="user_box" parent="_MsRrkVGIvv5ZV_jFw_0-5" style="rounded=1;arcSize=12;whiteSpace=wrap;html=1;align=center;verticalAlign=middle;strokeWidth=1.5;shadow=0;strokeColor=#0B7783;fillColor=#EEF9FB;fontFamily=Comic Sans MS;" value="" vertex="1">
+         <mxCell id="e_user_visual" edge="1" parent="_MsRrkVGIvv5ZV_jFw_0-5" source="user_box" style="edgeStyle=orthogonalEdgeStyle;rounded=0;orthogonalLoop=1;jettySize=auto;html=1;endArrow=block;endFill=1;strokeColor=#111111;strokeWidth=2;exitX=1;exitY=0.5;entryX=0;entryY=0.5;fontFamily=Comic Sans MS;fontStyle=1" target="visual_box" value="">
+           <mxGeometry relative="1" as="geometry" />
+         </mxCell>
+         <mxCell id="user_box" parent="_MsRrkVGIvv5ZV_jFw_0-5" style="rounded=1;arcSize=12;whiteSpace=wrap;html=1;align=center;verticalAlign=middle;strokeWidth=1.5;shadow=0;strokeColor=#0B7783;fillColor=#EEF9FB;fontFamily=Comic Sans MS;fontStyle=1" value="" vertex="1">
          <mxGeometry height="114" width="65" x="18" y="77" as="geometry" />
        </mxCell>
-         <mxCell id="user_icon" parent="_MsRrkVGIvv5ZV_jFw_0-5" style="shape=umlActor;html=1;strokeWidth=2;strokeColor=#0B7783;fillColor=#0B7783;fontFamily=Comic Sans MS;" value="" vertex="1">
+         <mxCell id="user_icon" parent="_MsRrkVGIvv5ZV_jFw_0-5" style="shape=umlActor;html=1;strokeWidth=2;strokeColor=#0B7783;fillColor=#0B7783;fontFamily=Comic Sans MS;fontStyle=1" value="" vertex="1">
          <mxGeometry height="58" width="28" x="36" y="87" as="geometry" />
        </mxCell>
-         <mxCell id="user_text" parent="_MsRrkVGIvv5ZV_jFw_0-5" style="text;html=1;align=center;verticalAlign=middle;whiteSpace=wrap;rounded=0;strokeColor=none;fillColor=none;fontFamily=Comic Sans MS;fontSize=17;fontColor=#1F2D30;" value="用户" vertex="1">
+         <mxCell id="user_text" parent="_MsRrkVGIvv5ZV_jFw_0-5" style="text;html=1;align=center;verticalAlign=middle;whiteSpace=wrap;rounded=0;strokeColor=none;fillColor=none;fontFamily=Comic Sans MS;fontSize=17;fontColor=#1F2D30;fontStyle=1" value="用户" vertex="1">
          <mxGeometry height="32" width="65" x="18" y="147" as="geometry" />
        </mxCell>
-         <mxCell id="visual_box" parent="_MsRrkVGIvv5ZV_jFw_0-5" style="rounded=1;arcSize=12;whiteSpace=wrap;html=1;align=center;verticalAlign=middle;strokeWidth=1.5;shadow=0;strokeColor=#0B7783;fillColor=#EEF9FB;fontFamily=Comic Sans MS;" value="" vertex="1">
+         <mxCell id="visual_box" parent="_MsRrkVGIvv5ZV_jFw_0-5" style="rounded=1;arcSize=12;whiteSpace=wrap;html=1;align=center;verticalAlign=middle;strokeWidth=1.5;shadow=0;strokeColor=#0B7783;fillColor=#EEF9FB;fontFamily=Comic Sans MS;fontStyle=1" value="" vertex="1">
          <mxGeometry height="114" width="103" x="110" y="77" as="geometry" />
        </mxCell>
-         <mxCell id="screen" parent="_MsRrkVGIvv5ZV_jFw_0-5" style="rounded=1;arcSize=6;whiteSpace=wrap;html=1;strokeColor=#0B7783;strokeWidth=1.3;fillColor=#FFFFFF;fontFamily=Comic Sans MS;" value="" vertex="1">
+         <mxCell id="screen" parent="_MsRrkVGIvv5ZV_jFw_0-5" style="rounded=1;arcSize=6;whiteSpace=wrap;html=1;strokeColor=#0B7783;strokeWidth=1.3;fillColor=#FFFFFF;fontFamily=Comic Sans MS;fontStyle=1" value="" vertex="1">
          <mxGeometry height="43" width="69" x="127" y="92" as="geometry" />
        </mxCell>
-         <mxCell id="screen_line1" parent="_MsRrkVGIvv5ZV_jFw_0-5" style="rounded=1;strokeColor=none;fillColor=#0B7783;fontFamily=Comic Sans MS;" value="" vertex="1">
+         <mxCell id="screen_line1" parent="_MsRrkVGIvv5ZV_jFw_0-5" style="rounded=1;strokeColor=none;fillColor=#0B7783;fontFamily=Comic Sans MS;fontStyle=1" value="" vertex="1">
          <mxGeometry height="4" width="20" x="135" y="99" as="geometry" />
        </mxCell>
-         <mxCell id="screen_line2" parent="_MsRrkVGIvv5ZV_jFw_0-5" style="rounded=1;strokeColor=none;fillColor=#7AAAB0;fontFamily=Comic Sans MS;" value="" vertex="1">
+         <mxCell id="screen_line2" parent="_MsRrkVGIvv5ZV_jFw_0-5" style="rounded=1;strokeColor=none;fillColor=#7AAAB0;fontFamily=Comic Sans MS;fontStyle=1" value="" vertex="1">
          <mxGeometry height="3" width="24" x="135" y="108" as="geometry" />
        </mxCell>
-         <mxCell id="bar1" parent="_MsRrkVGIvv5ZV_jFw_0-5" style="rounded=0;strokeColor=none;fillColor=#0B7783;fontFamily=Comic Sans MS;" value="" vertex="1">
+         <mxCell id="bar1" parent="_MsRrkVGIvv5ZV_jFw_0-5" style="rounded=0;strokeColor=none;fillColor=#0B7783;fontFamily=Comic Sans MS;fontStyle=1" value="" vertex="1">
          <mxGeometry height="11" width="5" x="165" y="117" as="geometry" />
        </mxCell>
-         <mxCell id="bar2" parent="_MsRrkVGIvv5ZV_jFw_0-5" style="rounded=0;strokeColor=none;fillColor=#0B7783;fontFamily=Comic Sans MS;" value="" vertex="1">
+         <mxCell id="bar2" parent="_MsRrkVGIvv5ZV_jFw_0-5" style="rounded=0;strokeColor=none;fillColor=#0B7783;fontFamily=Comic Sans MS;fontStyle=1" value="" vertex="1">
          <mxGeometry height="17" width="5" x="174" y="111" as="geometry" />
        </mxCell>
-         <mxCell id="bar3" parent="_MsRrkVGIvv5ZV_jFw_0-5" style="rounded=0;strokeColor=none;fillColor=#0B7783;fontFamily=Comic Sans MS;" value="" vertex="1">
+         <mxCell id="bar3" parent="_MsRrkVGIvv5ZV_jFw_0-5" style="rounded=0;strokeColor=none;fillColor=#0B7783;fontFamily=Comic Sans MS;fontStyle=1" value="" vertex="1">
          <mxGeometry height="23" width="5" x="183" y="105" as="geometry" />
        </mxCell>
-         <mxCell id="visual_text" parent="_MsRrkVGIvv5ZV_jFw_0-5" style="text;html=1;align=center;verticalAlign=middle;whiteSpace=wrap;rounded=0;strokeColor=none;fillColor=none;fontFamily=Comic Sans MS;fontSize=16;fontStyle=1;fontColor=#1F2D30;" value="&lt;span style=&quot;font-weight: normal;&quot;&gt;可视化&lt;/span&gt;&lt;div&gt;&lt;span style=&quot;font-weight: normal;&quot;&gt;前端界面&lt;/span&gt;&lt;/div&gt;" vertex="1">
+         <mxCell id="visual_text" parent="_MsRrkVGIvv5ZV_jFw_0-5" style="text;html=1;align=center;verticalAlign=middle;whiteSpace=wrap;rounded=0;strokeColor=none;fillColor=none;fontFamily=Comic Sans MS;fontSize=16;fontStyle=1;fontColor=#1F2D30;" value="&lt;span style=&quot;&quot;&gt;可视化&lt;/span&gt;&lt;div&gt;&lt;span style=&quot;&quot;&gt;前端界面&lt;/span&gt;&lt;/div&gt;" vertex="1">
          <mxGeometry height="43" width="99" x="112" y="141" as="geometry" />
        </mxCell>
-         <mxCell id="data_manage" parent="_MsRrkVGIvv5ZV_jFw_0-5" style="rounded=1;arcSize=12;whiteSpace=wrap;html=1;align=center;verticalAlign=middle;strokeWidth=1.5;fontFamily=Comic Sans MS;fontSize=18;fontColor=#164B54;strokeColor=#0B7783;fillColor=#EEF9FB;shadow=0;" value="增加/删除/修改/检索/筛选/统计" vertex="1">
+         <mxCell id="data_manage" parent="_MsRrkVGIvv5ZV_jFw_0-5" style="rounded=1;arcSize=12;whiteSpace=wrap;html=1;align=center;verticalAlign=middle;strokeWidth=1.5;fontFamily=Comic Sans MS;fontSize=18;fontColor=#164B54;strokeColor=#0B7783;fillColor=#EEF9FB;shadow=0;fontStyle=1" value="增加/删除/修改/检索/筛选/统计" vertex="1">
          <mxGeometry height="145" width="129" x="239" y="63" as="geometry" />
        </mxCell>
-         <mxCell id="_MsRrkVGIvv5ZV_jFw_0-8" edge="1" parent="_MsRrkVGIvv5ZV_jFw_0-5" source="visual_box" style="edgeStyle=orthogonalEdgeStyle;rounded=0;orthogonalLoop=1;jettySize=auto;html=1;exitX=1;exitY=0.5;exitDx=0;exitDy=0;entryX=-0.001;entryY=0.491;entryDx=0;entryDy=0;entryPerimeter=0;strokeWidth=2;fontFamily=Comic Sans MS;" target="data_manage">
+         <mxCell id="_MsRrkVGIvv5ZV_jFw_0-8" edge="1" parent="_MsRrkVGIvv5ZV_jFw_0-5" source="visual_box" style="edgeStyle=orthogonalEdgeStyle;rounded=0;orthogonalLoop=1;jettySize=auto;html=1;exitX=1;exitY=0.5;exitDx=0;exitDy=0;entryX=-0.001;entryY=0.491;entryDx=0;entryDy=0;entryPerimeter=0;strokeWidth=2;fontFamily=Comic Sans MS;fontStyle=1" target="data_manage">
          <mxGeometry relative="1" as="geometry" />
        </mxCell>
      </root>
    </mxGraphModel>
  </diagram>
</mxfile>
